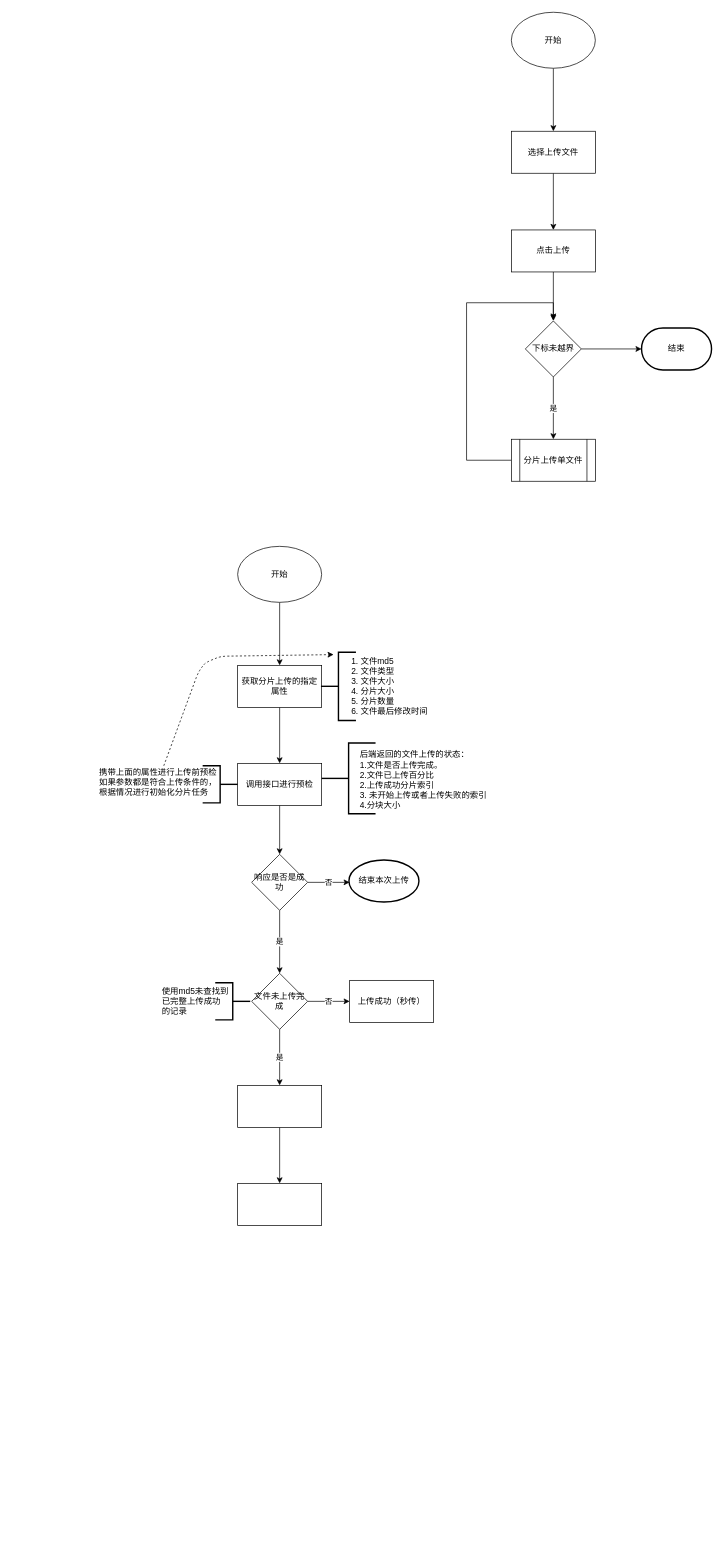
GitHubFeiLong/goudong-java keeps this draw.io diagram as goudong-file-server/README.assets/分块上传流程图.drawio. Above is the earlier version. Source tidied: cells renumbered, new cells numbered last; positions are measured from the earlier drawing's top-left corner, leaving out a move shared by most shapes. Both pictures are drawn from the tidied source at 70%, with x=0, y=0 at pixel (95, 12).
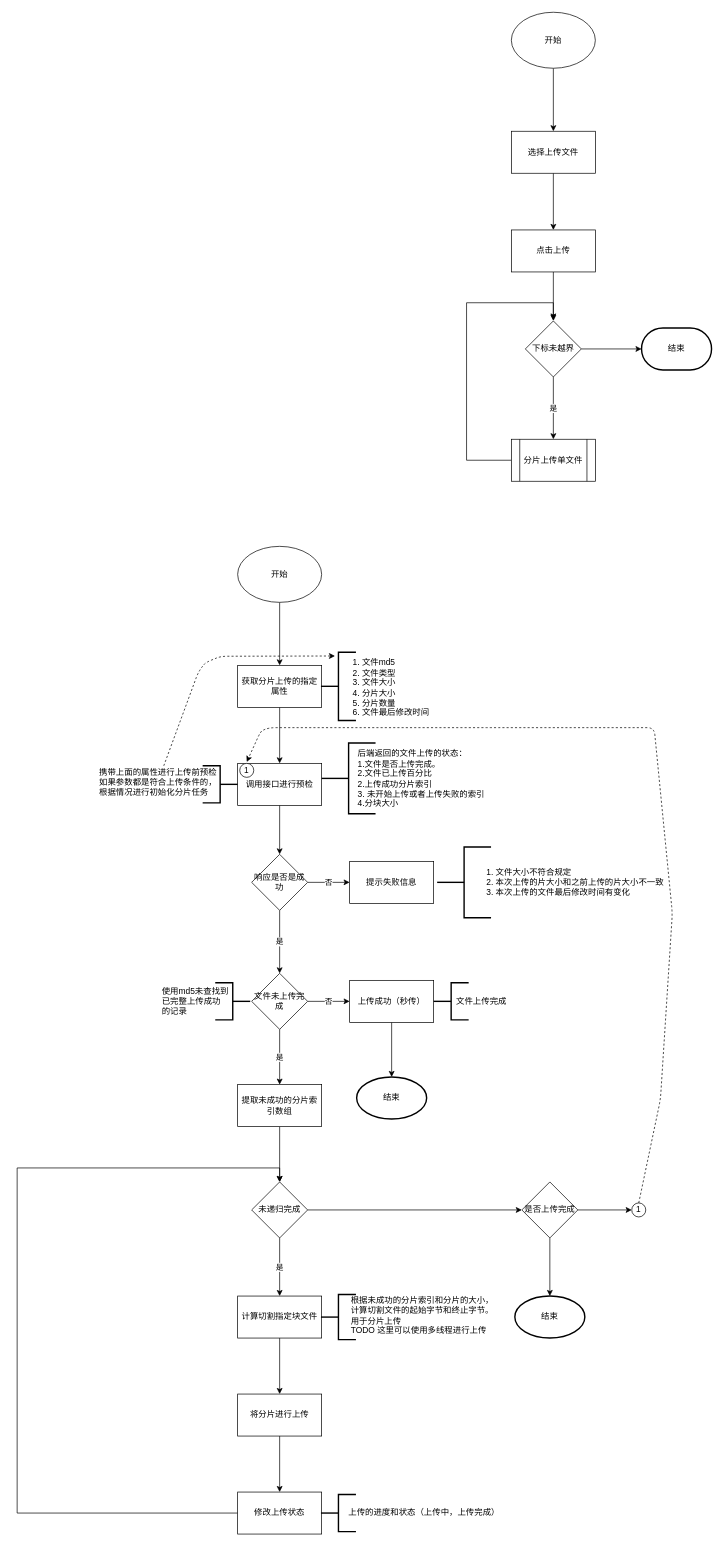
Above is the later version.

The change refers to these unchanged cells:
```xml
<mxCell id="26" value="响应是否是成功" style="rhombus;whiteSpace=wrap;html=1;" parent="1" vertex="1">
  <mxGeometry x="223" y="1203" width="80" height="80" as="geometry" />
</mxCell>
<mxCell id="30" value="文件未上传完成" style="rhombus;whiteSpace=wrap;html=1;" parent="1" vertex="1">
  <mxGeometry x="223" y="1373" width="80" height="80" as="geometry" />
</mxCell>
<mxCell id="31" value="上传成功（秒传）" style="whiteSpace=wrap;html=1;" parent="1" vertex="1">
  <mxGeometry x="363" y="1383" width="120" height="60" as="geometry" />
</mxCell>
```

Change to the diagram source:
```diff
@@
     <mxCell id="19" value="&lt;ol&gt;&lt;li&gt;文件md5&lt;/li&gt;&lt;li&gt;文件类型&lt;/li&gt;&lt;li&gt;文件大小&lt;/li&gt;&lt;li&gt;分片大小&lt;/li&gt;&lt;li&gt;分片数量&lt;/li&gt;&lt;li&gt;文件最后修改时间&lt;/li&gt;&lt;/ol&gt;" style="text;html=1;align=left;verticalAlign=middle;points=[];" parent="1" vertex="1">
-      <mxGeometry x="337" y="907" width="146" height="112" as="geometry" />
+      <mxGeometry x="339" y="909" width="146" height="112" as="geometry" />
     </mxCell>
@@
-    <mxCell id="25" value="否" style="edgeStyle=orthogonalEdgeStyle;rounded=0;jettySize=auto;html=1;" parent="1" edge="1" source="26">
-      <mxGeometry relative="1" as="geometry">
-        <mxPoint x="363" y="1243" as="targetPoint" />
-      </mxGeometry>
+    <mxCell id="25" value="否" style="edgeStyle=orthogonalEdgeStyle;rounded=0;jettySize=auto;html=1;entryX=0;entryY=0.5;entryDx=0;entryDy=0;" parent="1" edge="1" source="26" target="41">
+      <mxGeometry relative="1" as="geometry" />
     </mxCell>
@@
-    <mxCell id="27" value="结束本次上传" style="strokeWidth=2;html=1;shape=mxgraph.flowchart.start_1;whiteSpace=wrap;" parent="1" vertex="1">
-      <mxGeometry x="362" y="1211" width="100" height="60" as="geometry" />
-    </mxCell>
@@
-    <mxCell id="29" value="是" style="edgeStyle=orthogonalEdgeStyle;rounded=0;jettySize=auto;html=1;" parent="1" edge="1" source="30" target="38">
+    <mxCell id="29" value="是" style="edgeStyle=orthogonalEdgeStyle;rounded=0;jettySize=auto;html=1;entryX=0.5;entryY=0;entryDx=0;entryDy=0;" parent="1" edge="1" source="30" target="47">
       <mxGeometry relative="1" as="geometry" />
     </mxCell>
@@
+    <mxCell id="40" style="edgeStyle=orthogonalEdgeStyle;rounded=0;jettySize=auto;html=1;entryX=0.5;entryY=0;entryDx=0;entryDy=0;entryPerimeter=0;" parent="1" edge="1" source="31" target="67">
+      <mxGeometry relative="1" as="geometry" />
+    </mxCell>
@@
     <mxCell id="35" value="&lt;div style=&quot;text-align: left&quot;&gt;&lt;span&gt;后端返回的文件上传的状态：&lt;/span&gt;&lt;/div&gt;&lt;div style=&quot;text-align: left&quot;&gt;&lt;span&gt;1.文件是否上传完成。&lt;/span&gt;&lt;/div&gt;&lt;div style=&quot;text-align: left&quot;&gt;&lt;span&gt;2.文件已上传百分比&lt;/span&gt;&lt;/div&gt;&lt;div style=&quot;text-align: left&quot;&gt;&lt;span&gt;2.上传成功分片索引&lt;/span&gt;&lt;/div&gt;&lt;div style=&quot;text-align: left&quot;&gt;&lt;span&gt;3. 未开始上传或者上传失败的索引&lt;/span&gt;&lt;/div&gt;&lt;div style=&quot;text-align: left&quot;&gt;&lt;span&gt;4.分块大小&lt;/span&gt;&lt;/div&gt;" style="text;html=1;align=center;verticalAlign=middle;" parent="1" vertex="1">
-      <mxGeometry x="372" y="1053" width="191" height="88" as="geometry" />
+      <mxGeometry x="369" y="1050.5" width="191" height="88" as="geometry" />
     </mxCell>
@@
-    <mxCell id="37" style="edgeStyle=orthogonalEdgeStyle;rounded=0;jettySize=auto;html=1;" parent="1" edge="1" source="38" target="39">
-      <mxGeometry relative="1" as="geometry" />
-    </mxCell>
-    <mxCell id="38" style="rounded=0;whiteSpace=wrap;html=1;" parent="1" vertex="1">
-      <mxGeometry x="203" y="1533" width="120" height="60" as="geometry" />
-    </mxCell>
-    <mxCell id="39" style="whiteSpace=wrap;html=1;rounded=0;" parent="1" vertex="1">
-      <mxGeometry x="203" y="1673" width="120" height="60" as="geometry" />
-    </mxCell>
+    <mxCell id="41" value="提示失败信息" style="rounded=0;whiteSpace=wrap;html=1;" parent="1" vertex="1">
+      <mxGeometry x="363" y="1213" width="120" height="60" as="geometry" />
+    </mxCell>
+    <mxCell id="42" style="strokeWidth=2;html=1;shape=mxgraph.flowchart.annotation_2;align=left;labelPosition=right;direction=east;" parent="1" vertex="1">
+      <mxGeometry x="488" y="1192.5" width="77" height="101" as="geometry" />
+    </mxCell>
+    <mxCell id="43" value="&lt;ol&gt;&lt;li&gt;文件大小不符合规定&lt;/li&gt;&lt;li&gt;本次上传的片大小和之前上传的片大小不一致&lt;/li&gt;&lt;li&gt;本次上传的文件最后修改时间有变化&lt;/li&gt;&lt;/ol&gt;" style="text;html=1;align=left;verticalAlign=middle;" parent="1" vertex="1">
+      <mxGeometry x="530" y="1208" width="290" height="70" as="geometry" />
+    </mxCell>
+    <mxCell id="44" style="strokeWidth=2;html=1;shape=mxgraph.flowchart.annotation_2;align=left;labelPosition=right;direction=east;" parent="1" vertex="1">
+      <mxGeometry x="483" y="1386.5" width="50" height="53" as="geometry" />
+    </mxCell>
+    <mxCell id="45" value="文件上传完成" style="text;html=1;align=center;verticalAlign=middle;" parent="1" vertex="1">
+      <mxGeometry x="510" y="1404" width="82" height="18" as="geometry" />
+    </mxCell>
+    <mxCell id="46" style="edgeStyle=orthogonalEdgeStyle;rounded=0;jettySize=auto;html=1;entryX=0.5;entryY=0;entryDx=0;entryDy=0;" parent="1" edge="1" source="47" target="50">
+      <mxGeometry relative="1" as="geometry" />
+    </mxCell>
+    <mxCell id="47" value="提取未成功的分片索引数组" style="rounded=0;whiteSpace=wrap;html=1;" parent="1" vertex="1">
+      <mxGeometry x="203" y="1532" width="120" height="60" as="geometry" />
+    </mxCell>
+    <mxCell id="48" value="是" style="edgeStyle=orthogonalEdgeStyle;rounded=0;jettySize=auto;html=1;entryX=0.5;entryY=0;entryDx=0;entryDy=0;" parent="1" edge="1" source="50" target="55">
+      <mxGeometry relative="1" as="geometry" />
+    </mxCell>
+    <mxCell id="49" style="edgeStyle=orthogonalEdgeStyle;rounded=0;jettySize=auto;html=1;" parent="1" edge="1" source="50" target="53">
+      <mxGeometry relative="1" as="geometry" />
+    </mxCell>
+    <mxCell id="50" value="未递归完成" style="rhombus;whiteSpace=wrap;html=1;" parent="1" vertex="1">
+      <mxGeometry x="223" y="1671" width="80" height="80" as="geometry" />
+    </mxCell>
+    <mxCell id="51" style="edgeStyle=orthogonalEdgeStyle;rounded=0;jettySize=auto;html=1;" parent="1" edge="1" source="53" target="68">
+      <mxGeometry relative="1" as="geometry" />
+    </mxCell>
+    <mxCell id="52" style="edgeStyle=orthogonalEdgeStyle;rounded=0;jettySize=auto;html=1;entryX=0;entryY=0.5;entryDx=0;entryDy=0;" parent="1" edge="1" source="53" target="64">
+      <mxGeometry relative="1" as="geometry" />
+    </mxCell>
+    <mxCell id="53" value="是否上传完成" style="rhombus;whiteSpace=wrap;html=1;" parent="1" vertex="1">
+      <mxGeometry x="609" y="1671" width="80" height="80" as="geometry" />
+    </mxCell>
+    <mxCell id="54" style="edgeStyle=orthogonalEdgeStyle;rounded=0;jettySize=auto;html=1;" parent="1" edge="1" source="55" target="57">
+      <mxGeometry relative="1" as="geometry" />
+    </mxCell>
+    <mxCell id="55" value="计算切割指定块文件" style="rounded=0;whiteSpace=wrap;html=1;" parent="1" vertex="1">
+      <mxGeometry x="203" y="1834" width="120" height="60" as="geometry" />
+    </mxCell>
+    <mxCell id="56" style="edgeStyle=orthogonalEdgeStyle;rounded=0;jettySize=auto;html=1;" parent="1" edge="1" source="57" target="59">
+      <mxGeometry relative="1" as="geometry" />
+    </mxCell>
+    <mxCell id="57" value="将分片进行上传" style="rounded=0;whiteSpace=wrap;html=1;" parent="1" vertex="1">
+      <mxGeometry x="203" y="1974" width="120" height="60" as="geometry" />
+    </mxCell>
+    <mxCell id="58" style="edgeStyle=orthogonalEdgeStyle;rounded=0;jettySize=auto;html=1;entryX=0.5;entryY=0;entryDx=0;entryDy=0;" parent="1" edge="1" source="59" target="50">
+      <mxGeometry relative="1" as="geometry">
+        <Array as="points">
+          <mxPoint x="-112" y="2144" />
+          <mxPoint x="-112" y="1651" />
+          <mxPoint x="263" y="1651" />
+        </Array>
+      </mxGeometry>
+    </mxCell>
+    <mxCell id="59" value="修改上传状态" style="rounded=0;whiteSpace=wrap;html=1;" parent="1" vertex="1">
+      <mxGeometry x="203" y="2114" width="120" height="60" as="geometry" />
+    </mxCell>
+    <mxCell id="60" style="strokeWidth=2;html=1;shape=mxgraph.flowchart.annotation_2;align=left;labelPosition=right;direction=east;" parent="1" vertex="1">
+      <mxGeometry x="322" y="1831.8" width="50" height="64.5" as="geometry" />
+    </mxCell>
+    <mxCell id="61" value="根据未成功的分片索引和分片的大小，&lt;br&gt;计算切割文件的起始字节和终止字节。&lt;br&gt;用于分片上传&lt;br&gt;TODO 这里可以使用多线程进行上传" style="text;html=1;align=left;verticalAlign=middle;" parent="1" vertex="1">
+      <mxGeometry x="363" y="1831.8" width="214" height="60" as="geometry" />
+    </mxCell>
+    <mxCell id="62" style="strokeWidth=2;html=1;shape=mxgraph.flowchart.annotation_2;align=left;labelPosition=right;direction=east;" parent="1" vertex="1">
+      <mxGeometry x="322" y="2117.5" width="50" height="53" as="geometry" />
+    </mxCell>
+    <mxCell id="63" value="上传的进度和状态（上传中，上传完成）" style="text;html=1;align=center;verticalAlign=middle;" parent="1" vertex="1">
+      <mxGeometry x="356" y="2135" width="226" height="18" as="geometry" />
+    </mxCell>
+    <mxCell id="64" value="1" style="ellipse;whiteSpace=wrap;html=1;" parent="1" vertex="1">
+      <mxGeometry x="766" y="1701" width="20" height="20" as="geometry" />
+    </mxCell>
+    <mxCell id="65" value="1" style="ellipse;whiteSpace=wrap;html=1;" parent="1" vertex="1">
+      <mxGeometry x="206" y="1073" width="20" height="20" as="geometry" />
+    </mxCell>
+    <mxCell id="66" style="html=1;labelBackgroundColor=#ffffff;startArrow=none;startFill=0;startSize=6;endArrow=classic;endFill=1;endSize=6;jettySize=auto;strokeWidth=1;dashed=1;fontSize=14;exitX=0.5;exitY=0;exitDx=0;exitDy=0;" parent="1" edge="1" source="64">
+      <mxGeometry relative="1" as="geometry">
+        <mxPoint x="216" y="1071" as="targetPoint" />
+        <Array as="points">
+          <mxPoint x="807" y="1553" />
+          <mxPoint x="824" y="1287" />
+          <mxPoint x="798" y="1022" />
+          <mxPoint x="566" y="1022" />
+          <mxPoint x="248" y="1022" />
+          <mxPoint x="236" y="1027" />
+        </Array>
+      </mxGeometry>
+    </mxCell>
+    <mxCell id="67" value="结束" style="strokeWidth=2;html=1;shape=mxgraph.flowchart.start_1;whiteSpace=wrap;" parent="1" vertex="1">
+      <mxGeometry x="373" y="1521" width="100" height="60" as="geometry" />
+    </mxCell>
+    <mxCell id="68" value="结束" style="strokeWidth=2;html=1;shape=mxgraph.flowchart.start_1;whiteSpace=wrap;" parent="1" vertex="1">
+      <mxGeometry x="599" y="1834" width="100" height="60" as="geometry" />
+    </mxCell>
```
